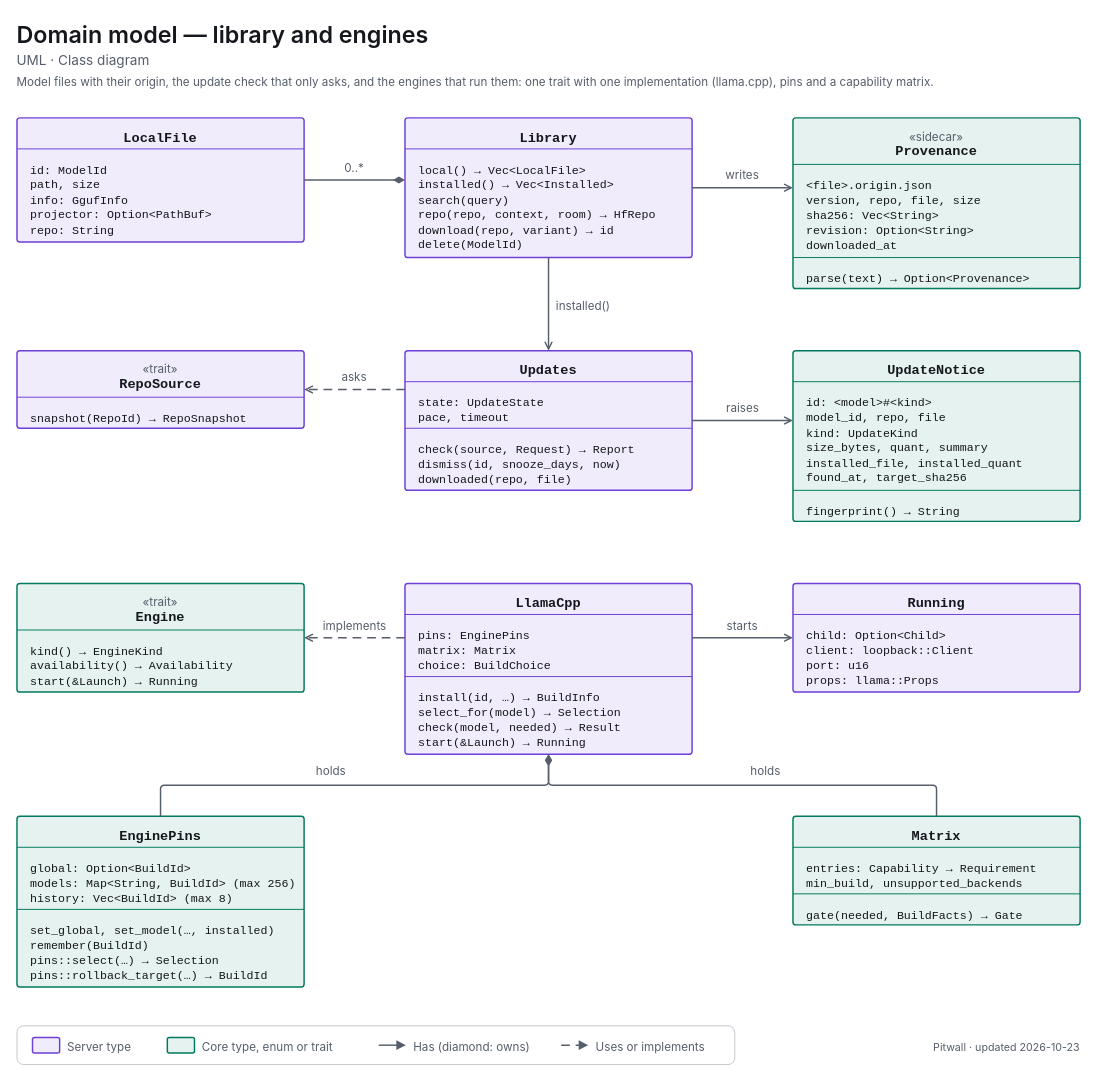
decryp7/paddock keeps this draw.io diagram as apps/pitwall/docs/diagrams/uml-class-library.drawio. Above is the earlier version. Source tidied: cells renumbered, new cells numbered last; positions are measured from the earlier drawing's top-left corner, leaving out a move shared by most shapes. Both pictures are drawn from the tidied source at 97%, with x=0, y=0 at pixel (16, 16).
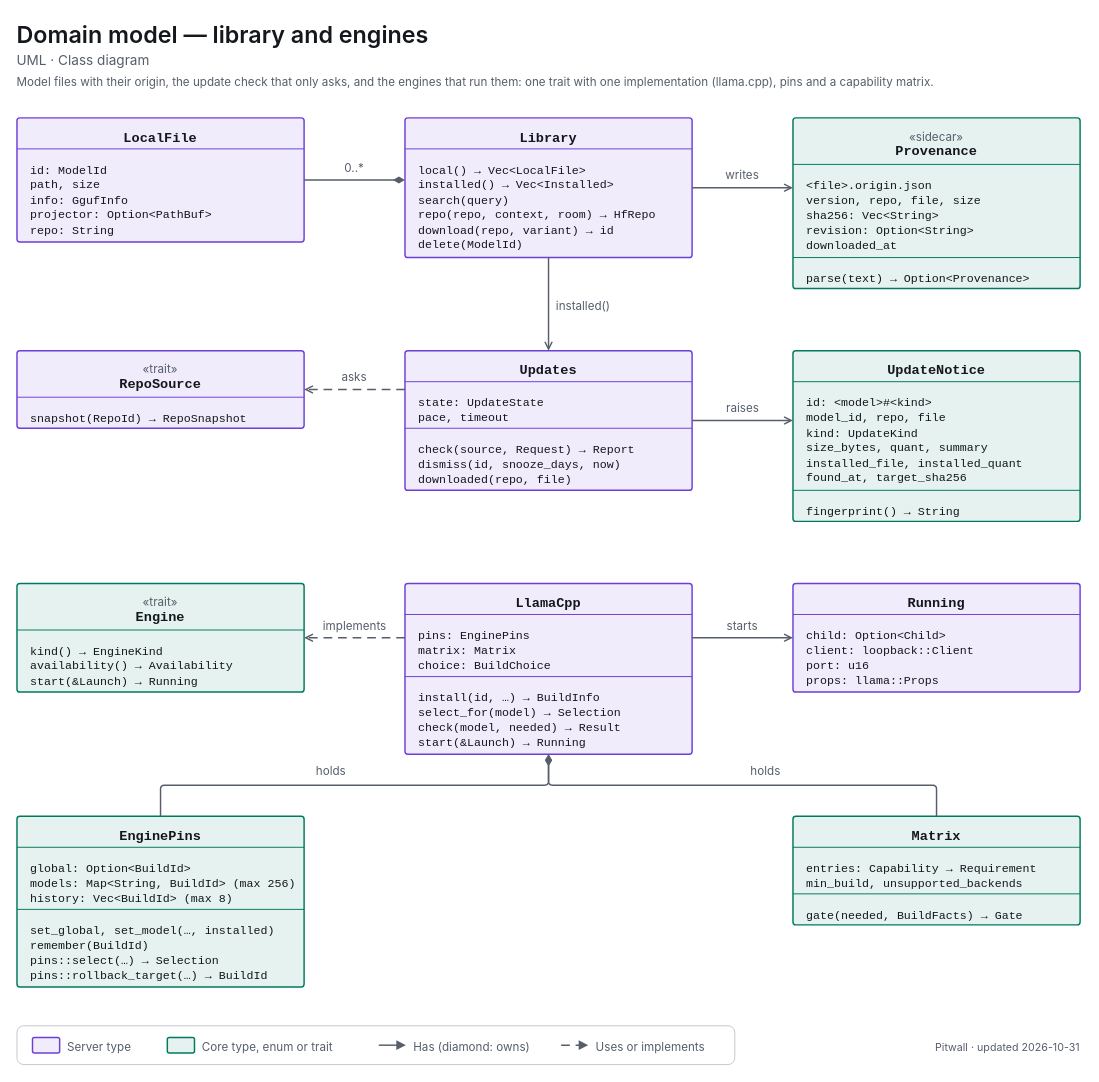
After the change.

What changed in the source:
```diff
@@
-    <mxCell id="77" value="&lt;span style=&quot;font-size:11px;font-weight:400&quot;&gt;Pitwall · updated 2026-10-23&lt;/span&gt;" style="html=1;whiteSpace=wrap;fontFamily=-apple-system,BlinkMacSystemFont,Segoe UI,system-ui,sans-serif;fontSize=12;fontColor=light-dark(#14171C,#ECEEF1);text;strokeColor=none;fillColor=none;align=right;verticalAlign=top;spacing=0;fontColor=light-dark(#565E6B,#A0A7B2);" parent="1" vertex="1">
+    <mxCell id="77" value="&lt;span style=&quot;font-size:11px;font-weight:400&quot;&gt;Pitwall · updated 2026-10-31&lt;/span&gt;" style="html=1;whiteSpace=wrap;fontFamily=-apple-system,BlinkMacSystemFont,Segoe UI,system-ui,sans-serif;fontSize=12;fontColor=light-dark(#14171C,#ECEEF1);text;strokeColor=none;fillColor=none;align=right;verticalAlign=top;spacing=0;fontColor=light-dark(#565E6B,#A0A7B2);" parent="1" vertex="1">
       <mxGeometry x="736" y="1051" width="360" height="18" as="geometry" />
     </mxCell>
```
